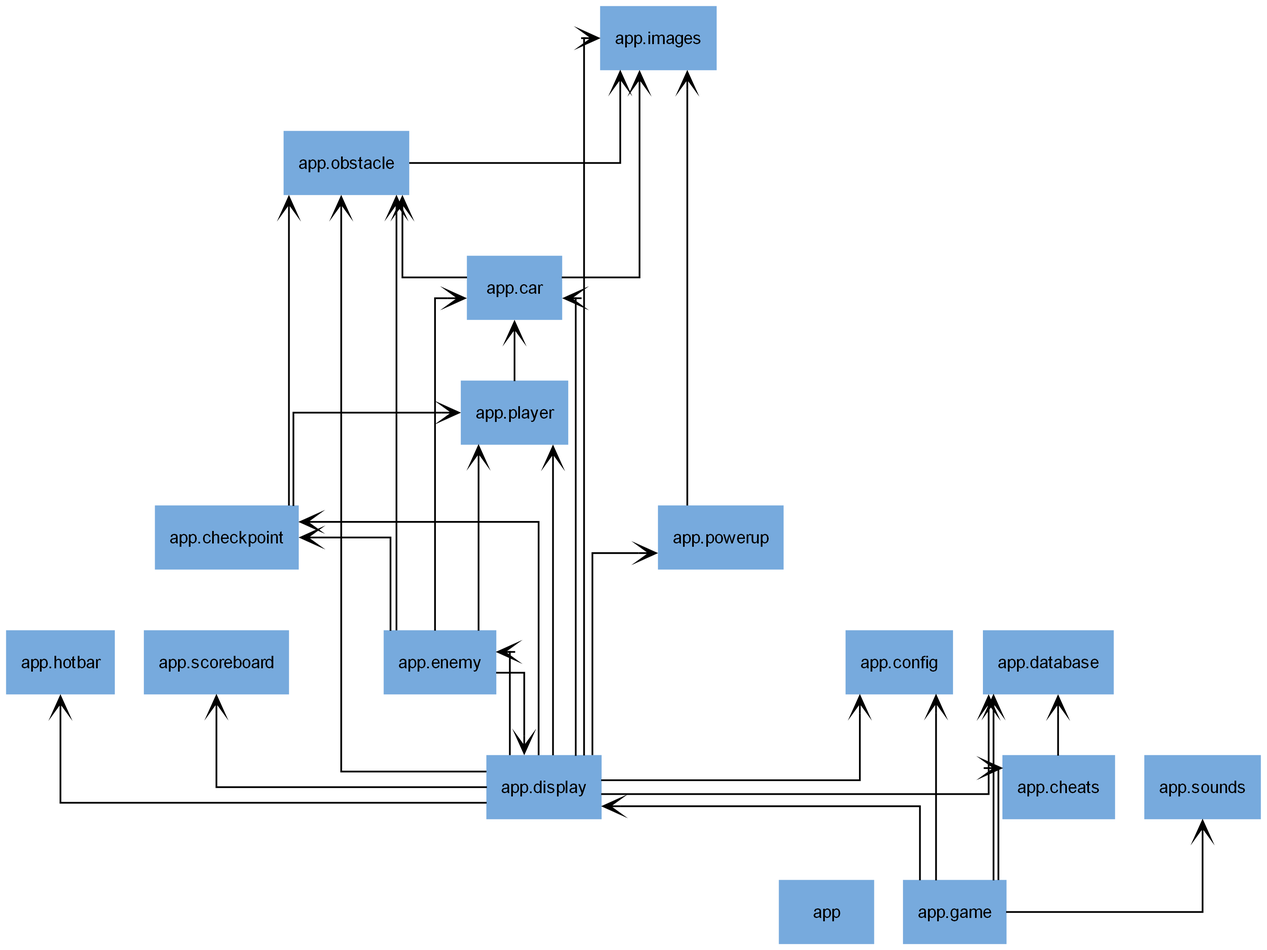
This is docs/uml/packages_GameApp.png from rutra8002/pixel_racers, a Graphviz export, as it was before one commit. Its source is kept beside it as docs/uml/packages_GameApp.dot.
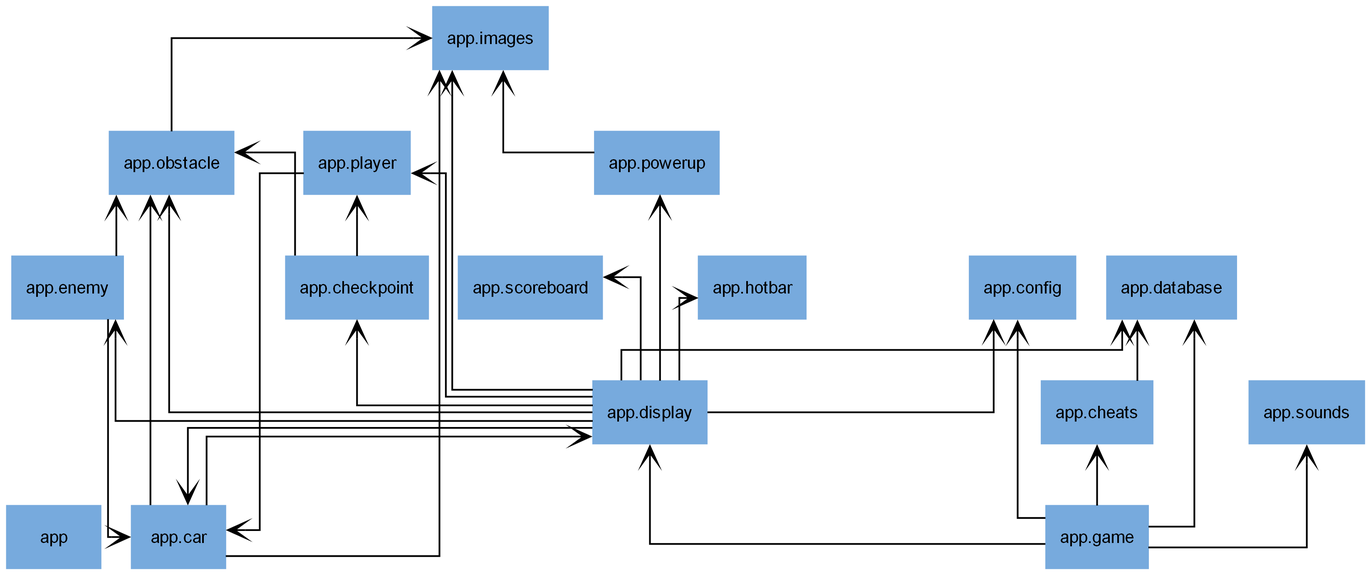
Later version of the same file.

Diff of the diagram source:
```diff
@@ -1,7 +1,8 @@
 digraph "packages_GameApp" {
   splines=ortho;
-  edge [dir="forward"];
+  edge [dir="forward", labelfloat=false, label=""];
   node [shape=record, fontname=Arial, fontsize=10];
+  graph [label=""];
 
 rankdir=BT
 charset="utf-8"
@@ -21,6 +22,7 @@
 "app.powerup" [color="#77AADD", label=<app.powerup>, shape="box", style="filled"];
 "app.scoreboard" [color="#77AADD", label=<app.scoreboard>, shape="box", style="filled"];
 "app.sounds" [color="#77AADD", label=<app.sounds>, shape="box", style="filled"];
+"app.car" -> "app.display" [arrowhead="open", arrowtail="none"];
 "app.car" -> "app.images" [arrowhead="open", arrowtail="none"];
 "app.car" -> "app.obstacle" [arrowhead="open", arrowtail="none"];
 "app.cheats" -> "app.database" [arrowhead="open", arrowtail="none"];
@@ -38,10 +40,7 @@
 "app.display" -> "app.powerup" [arrowhead="open", arrowtail="none"];
 "app.display" -> "app.scoreboard" [arrowhead="open", arrowtail="none"];
 "app.enemy" -> "app.car" [arrowhead="open", arrowtail="none"];
-"app.enemy" -> "app.checkpoint" [arrowhead="open", arrowtail="none"];
-"app.enemy" -> "app.display" [arrowhead="open", arrowtail="none"];
 "app.enemy" -> "app.obstacle" [arrowhead="open", arrowtail="none"];
-"app.enemy" -> "app.player" [arrowhead="open", arrowtail="none"];
 "app.game" -> "app.cheats" [arrowhead="open", arrowtail="none"];
 "app.game" -> "app.config" [arrowhead="open", arrowtail="none"];
 "app.game" -> "app.database" [arrowhead="open", arrowtail="none"];
```
